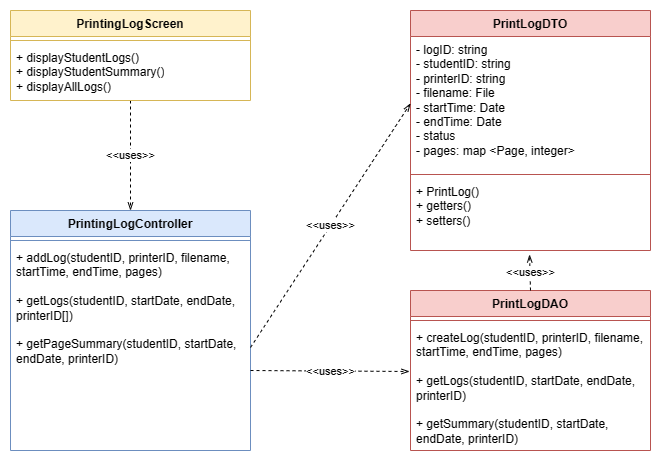
The draw.io diagram documentation/latex/Images/System Modelling/Logging_Class.png in ThangPham2508/SSPS_HCMUT, before a commit. Source tidied: cells renumbered, new cells last; positions are measured from the earlier drawing's top-left corner, leaving out a move shared by most shapes.
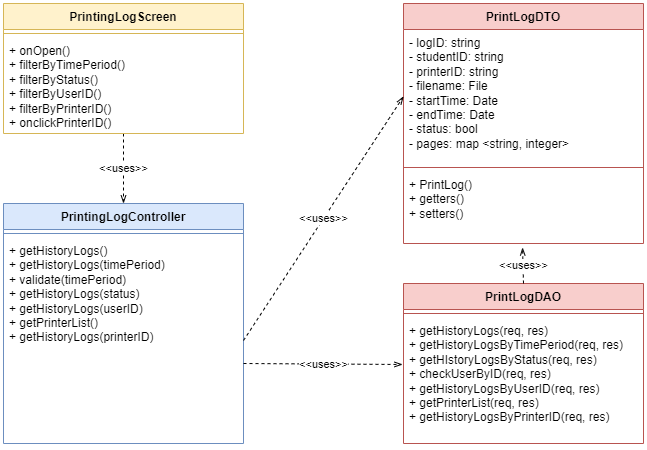
After the change.

Diff of the diagram source:
```diff
@@ -26,7 +26,7 @@
     <mxCell id="9" value="PrintLogDTO" style="swimlane;fontStyle=1;align=center;verticalAlign=top;horizontal=1;startSize=26;whiteSpace=wrap;html=1;fillColor=#f8cecc;strokeColor=#b85450;" parent="1" vertex="1">
       <mxGeometry x="400" width="240" height="240" as="geometry" />
     </mxCell>
-    <mxCell id="10" value="- logID: string&lt;br&gt;- studentID: string&lt;br&gt;- printerID: string&lt;br&gt;- filename: File&lt;br&gt;- startTime: Date&lt;br&gt;- endTime: Date&lt;br&gt;- status&lt;br&gt;- pages: map &amp;lt;Page, integer&amp;gt;" style="text;strokeColor=none;fillColor=none;align=left;verticalAlign=top;spacingLeft=4;spacingRight=4;overflow=hidden;points=[[0,0.5],[1,0.5]];portConstraint=eastwest;whiteSpace=wrap;html=1;" parent="9" vertex="1">
+    <mxCell id="10" value="- logID: string&lt;br&gt;- studentID: string&lt;br&gt;- printerID: string&lt;br&gt;- filename: File&lt;br&gt;- startTime: Date&lt;br&gt;- endTime: Date&lt;br&gt;- status: bool&lt;br&gt;- pages: map &amp;lt;string, integer&amp;gt;" style="text;strokeColor=none;fillColor=none;align=left;verticalAlign=top;spacingLeft=4;spacingRight=4;overflow=hidden;points=[[0,0.5],[1,0.5]];portConstraint=eastwest;whiteSpace=wrap;html=1;" parent="9" vertex="1">
       <mxGeometry y="26" width="240" height="134" as="geometry" />
     </mxCell>
     <mxCell id="11" style="line;strokeWidth=1;fillColor=none;align=left;verticalAlign=middle;spacingTop=-1;spacingLeft=3;spacingRight=3;labelPosition=right;strokeColor=inherit;" parent="9" vertex="1">
```
